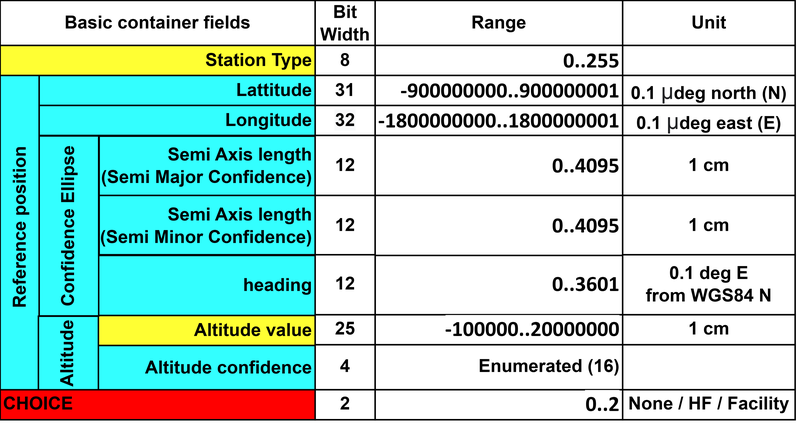
Above: uav_cam/protocol stack basic container.drawio.png in sandaruwanjayaweera/v2xplus (draw.io), before the change. Source tidied: cells renumbered, new cells last; positions are measured from the earlier drawing's top-left corner, leaving out a move shared by most shapes.
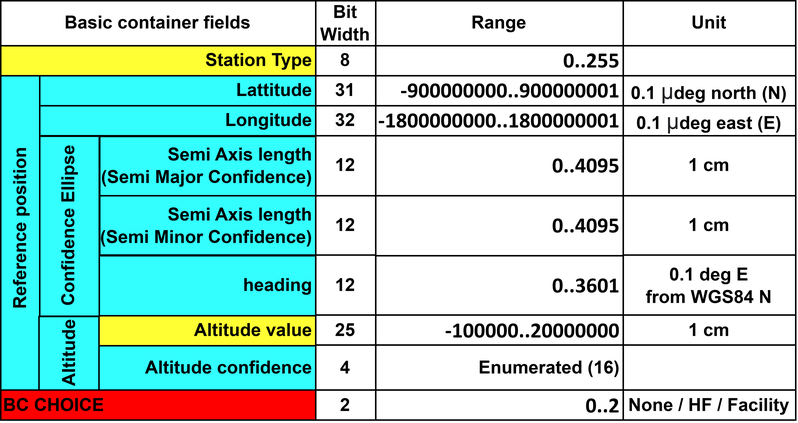
The same diagram one commit later.

Commit message:
choice names

The edit, as a diff of the source:
```diff
@@ -119,7 +119,7 @@
     <mxCell id="40" value="Confidence Ellipse" style="rounded=0;whiteSpace=wrap;html=1;fillColor=#33FFFF;fontStyle=1;rotation=-90;" parent="1" vertex="1">
       <mxGeometry x="81.8" y="130.5" width="120" height="39.7" as="geometry" />
     </mxCell>
-    <mxCell id="41" value="CHOICE" style="rounded=0;whiteSpace=wrap;html=1;align=left;fillColor=#FF0000;fontStyle=1;" parent="1" vertex="1">
+    <mxCell id="41" value="BC CHOICE" style="rounded=0;whiteSpace=wrap;html=1;align=left;fillColor=#FF0000;fontStyle=1;" parent="1" vertex="1">
       <mxGeometry x="96" y="259.5" width="210" height="20" as="geometry" />
     </mxCell>
     <mxCell id="42" value="&lt;span&gt;2&lt;/span&gt;" style="rounded=0;whiteSpace=wrap;html=1;align=center;fillColor=#FFFFFF;fontStyle=1;" parent="1" vertex="1">
```
